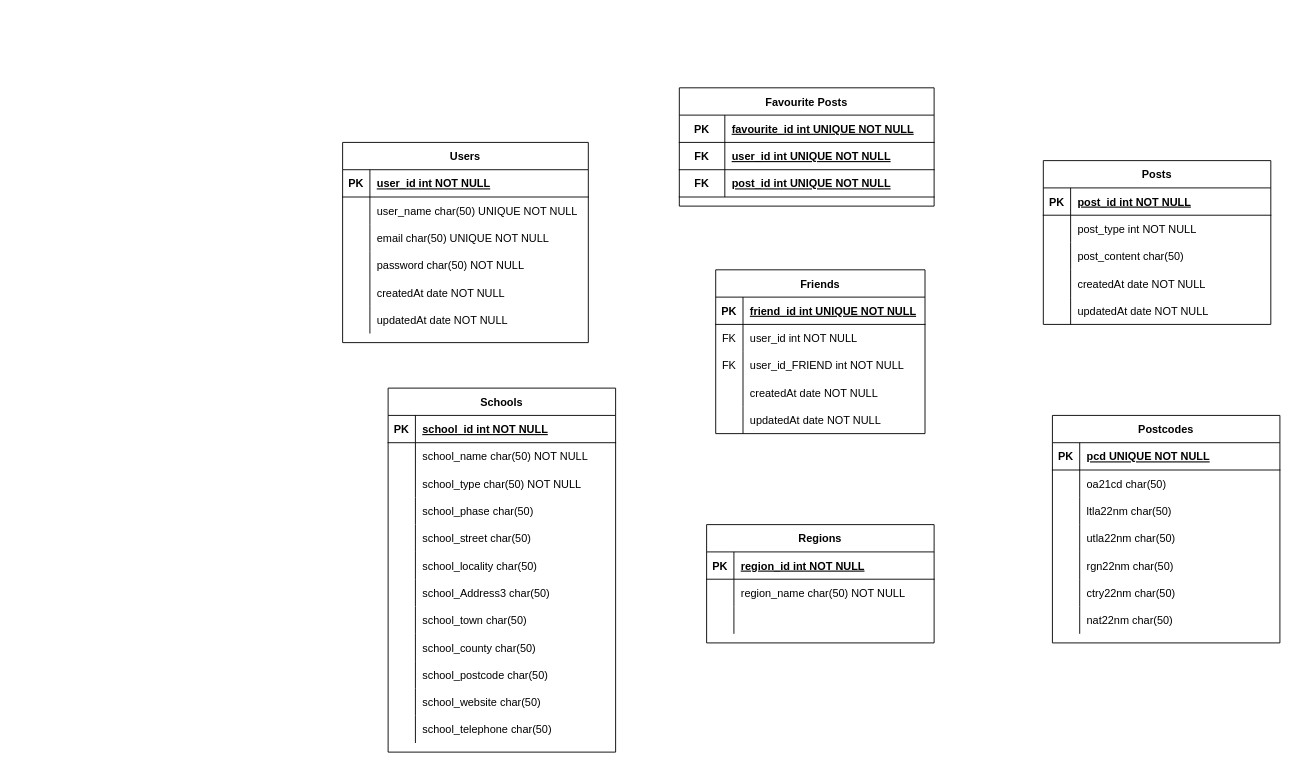
Earlier version of the draw.io diagram ERD Neighbourhood.drawio (ijwilliamson/neighbourhood-backend). Source tidied: cells renumbered, new cells numbered last; positions are measured from the earlier drawing's top-left corner, leaving out a move shared by most shapes. Both pictures are drawn from the tidied source at 91%, with x=0, y=0 at pixel (342, 87).
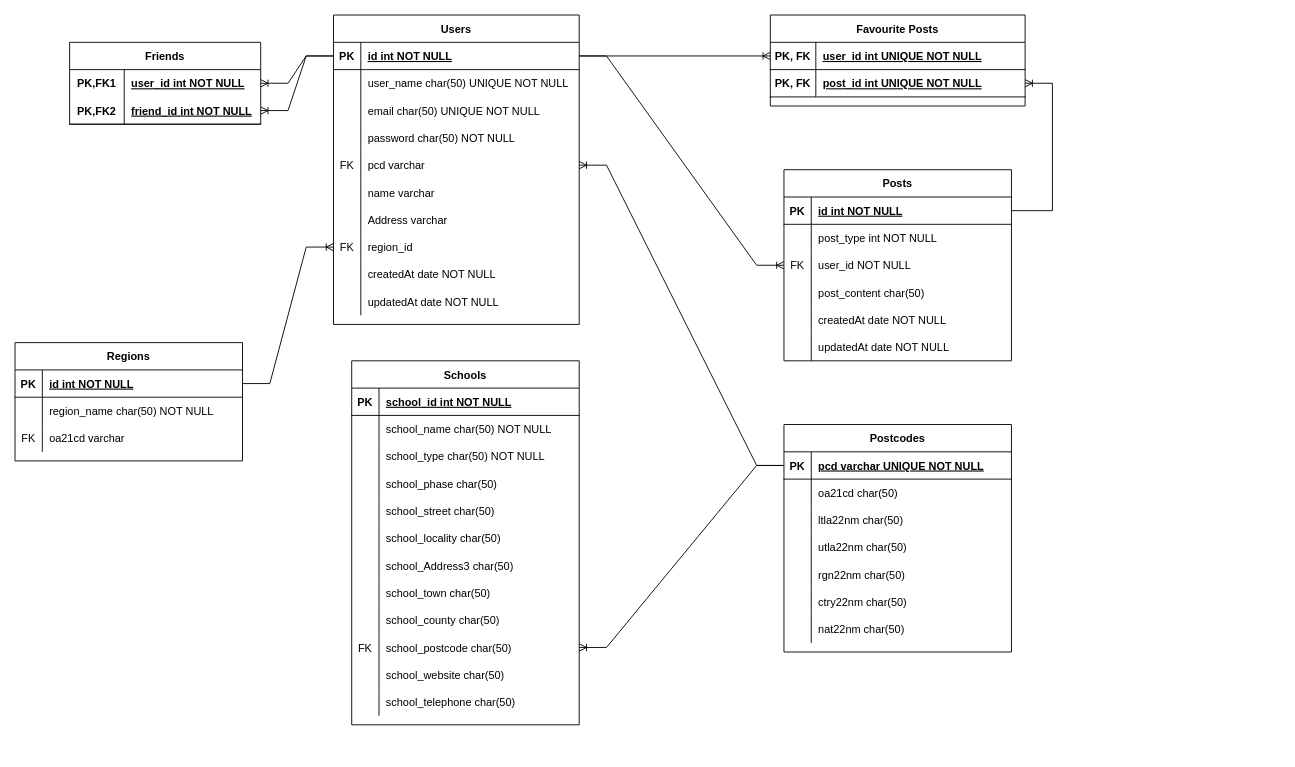
After the change.

Commit message:
update entity relationship diagram

Unchanged cells that the change refers to:
```xml
<mxCell id="3" style="shape=partialRectangle;fillColor=none;points=[[0,0.5],[1,0.5]];portConstraint=eastwest;top=0;left=0;right=0;bottom=1;" parent="2" vertex="1">
  <mxGeometry y="30" width="250" height="30" as="geometry" />
</mxCell>
<mxCell id="9" style="shape=partialRectangle;fillColor=none;top=0;left=0;right=0;bottom=0;" parent="2" vertex="1">
  <mxGeometry y="90" width="250" height="30" as="geometry" />
</mxCell>
<mxCell id="13" style="shape=partialRectangle;fillColor=none;points=[[0,0.5],[1,0.5]];portConstraint=eastwest;top=0;left=0;right=0;bottom=1;" parent="12" vertex="1">
  <mxGeometry y="30" width="250" height="30" as="geometry" />
</mxCell>
<mxCell id="35" style="shape=partialRectangle;fillColor=none;points=[[0,0.5],[1,0.5]];portConstraint=eastwest;top=0;left=0;right=0;bottom=1;" parent="34" vertex="1">
  <mxGeometry y="30" width="270" height="30" as="geometry" />
</mxCell>
<mxCell id="81" style="shape=tableRow;horizontal=0;startSize=0;swimlaneHead=0;swimlaneBody=0;fillColor=none;points=[[0,0.5],[1,0.5]];portConstraint=eastwest;top=0;left=0;right=0;bottom=0;" parent="53" vertex="1">
  <mxGeometry y="300" width="250" height="30" as="geometry" />
</mxCell>
<mxCell id="91" style="shape=partialRectangle;fillColor=none;points=[[0,0.5],[1,0.5]];portConstraint=eastwest;top=0;left=0;right=0;bottom=1;" parent="90" vertex="1">
  <mxGeometry y="30" width="250" height="30" as="geometry" />
</mxCell>
```

The edit, as a diff of the source:
```diff
@@
     <mxCell id="2" value="Regions" style="shape=table;startSize=30;childLayout=tableLayout;rowLines=0;fontStyle=1;align=center;" parent="1" vertex="1">
-      <mxGeometry x="400" y="480" width="250" height="130" as="geometry" />
+      <mxGeometry x="-360" y="280" width="250" height="130" as="geometry" />
     </mxCell>
@@
-    <mxCell id="5" value="region_id int NOT NULL " style="shape=partialRectangle;overflow=hidden;fillColor=none;top=0;left=0;bottom=0;right=0;align=left;spacingLeft=6;fontStyle=5;" parent="3" vertex="1">
+    <mxCell id="5" value="id int NOT NULL " style="shape=partialRectangle;overflow=hidden;fillColor=none;top=0;left=0;bottom=0;right=0;align=left;spacingLeft=6;fontStyle=5;" parent="3" vertex="1">
       <mxGeometry x="30" width="220" height="30" as="geometry" />
     </mxCell>
@@
-    <mxCell id="10" style="shape=partialRectangle;overflow=hidden;fillColor=none;top=0;left=0;bottom=0;right=0;" parent="9" vertex="1">
+    <mxCell id="10" value="FK" style="shape=partialRectangle;overflow=hidden;fillColor=none;top=0;left=0;bottom=0;right=0;" parent="9" vertex="1">
       <mxGeometry width="30" height="30" as="geometry" />
     </mxCell>
-    <mxCell id="11" style="shape=partialRectangle;overflow=hidden;fillColor=none;top=0;left=0;bottom=0;right=0;align=left;spacingLeft=6;" parent="9" vertex="1">
+    <mxCell id="11" value="oa21cd varchar" style="shape=partialRectangle;overflow=hidden;fillColor=none;top=0;left=0;bottom=0;right=0;align=left;spacingLeft=6;" parent="9" vertex="1">
       <mxGeometry x="30" width="220" height="30" as="geometry" />
     </mxCell>
     <mxCell id="12" value="Postcodes" style="shape=table;startSize=30;childLayout=tableLayout;rowLines=0;fontStyle=1;align=center;" parent="1" vertex="1">
-      <mxGeometry x="780" y="360" width="250" height="250" as="geometry" />
+      <mxGeometry x="485" y="370" width="250" height="250" as="geometry" />
     </mxCell>
@@
-    <mxCell id="15" value="pcd UNIQUE NOT NULL " style="shape=partialRectangle;overflow=hidden;fillColor=none;top=0;left=0;bottom=0;right=0;align=left;spacingLeft=6;fontStyle=5;" parent="13" vertex="1">
+    <mxCell id="15" value="pcd varchar UNIQUE NOT NULL " style="shape=partialRectangle;overflow=hidden;fillColor=none;top=0;left=0;bottom=0;right=0;align=left;spacingLeft=6;fontStyle=5;" parent="13" vertex="1">
       <mxGeometry x="30" width="220" height="30" as="geometry" />
     </mxCell>
@@
     <mxCell id="34" value="Users" style="shape=table;startSize=30;childLayout=tableLayout;rowLines=0;fontStyle=1;align=center;" parent="1" vertex="1">
-      <mxGeometry y="60" width="270" height="220" as="geometry" />
+      <mxGeometry x="-10" y="-80" width="270" height="340" as="geometry" />
     </mxCell>
@@
-    <mxCell id="37" value="user_id int NOT NULL " style="shape=partialRectangle;overflow=hidden;fillColor=none;top=0;left=0;bottom=0;right=0;align=left;spacingLeft=6;fontStyle=5;" parent="35" vertex="1">
+    <mxCell id="37" value="id int NOT NULL " style="shape=partialRectangle;overflow=hidden;fillColor=none;top=0;left=0;bottom=0;right=0;align=left;spacingLeft=6;fontStyle=5;" parent="35" vertex="1">
       <mxGeometry x="30" width="240" height="30" as="geometry" />
     </mxCell>
@@
+    <mxCell id="132" style="shape=tableRow;horizontal=0;startSize=0;swimlaneHead=0;swimlaneBody=0;fillColor=none;points=[[0,0.5],[1,0.5]];portConstraint=eastwest;top=0;left=0;right=0;bottom=0;" parent="34" vertex="1">
+      <mxGeometry y="150" width="270" height="30" as="geometry" />
+    </mxCell>
+    <mxCell id="133" value="FK" style="shape=partialRectangle;fillColor=none;top=0;left=0;bottom=0;right=0;overflow=hidden;" parent="132" vertex="1">
+      <mxGeometry width="30" height="30" as="geometry" />
+    </mxCell>
+    <mxCell id="134" value="pcd varchar" style="shape=partialRectangle;fillColor=none;top=0;left=0;bottom=0;right=0;align=left;spacingLeft=6;overflow=hidden;" parent="132" vertex="1">
+      <mxGeometry x="30" width="240" height="30" as="geometry" />
+    </mxCell>
+    <mxCell id="135" style="shape=tableRow;horizontal=0;startSize=0;swimlaneHead=0;swimlaneBody=0;fillColor=none;top=0;left=0;right=0;bottom=0;" parent="34" vertex="1">
+      <mxGeometry y="180" width="270" height="30" as="geometry" />
+    </mxCell>
+    <mxCell id="136" style="shape=partialRectangle;fillColor=none;top=0;left=0;bottom=0;right=0;overflow=hidden;" parent="135" vertex="1">
+      <mxGeometry width="30" height="30" as="geometry" />
+    </mxCell>
+    <mxCell id="137" value="name varchar" style="shape=partialRectangle;fillColor=none;top=0;left=0;bottom=0;right=0;align=left;spacingLeft=6;overflow=hidden;" parent="135" vertex="1">
+      <mxGeometry x="30" width="240" height="30" as="geometry" />
+    </mxCell>
+    <mxCell id="138" style="shape=tableRow;horizontal=0;startSize=0;swimlaneHead=0;swimlaneBody=0;fillColor=none;top=0;left=0;right=0;bottom=0;" parent="34" vertex="1">
+      <mxGeometry y="210" width="270" height="30" as="geometry" />
+    </mxCell>
+    <mxCell id="139" style="shape=partialRectangle;fillColor=none;top=0;left=0;bottom=0;right=0;overflow=hidden;" parent="138" vertex="1">
+      <mxGeometry width="30" height="30" as="geometry" />
+    </mxCell>
+    <mxCell id="140" value="Address varchar" style="shape=partialRectangle;fillColor=none;top=0;left=0;bottom=0;right=0;align=left;spacingLeft=6;overflow=hidden;" parent="138" vertex="1">
+      <mxGeometry x="30" width="240" height="30" as="geometry" />
+    </mxCell>
+    <mxCell id="141" style="shape=tableRow;horizontal=0;startSize=0;swimlaneHead=0;swimlaneBody=0;fillColor=none;points=[[0,0.5],[1,0.5]];portConstraint=eastwest;top=0;left=0;right=0;bottom=0;" parent="34" vertex="1">
+      <mxGeometry y="240" width="270" height="30" as="geometry" />
+    </mxCell>
+    <mxCell id="142" value="FK" style="shape=partialRectangle;fillColor=none;top=0;left=0;bottom=0;right=0;overflow=hidden;" parent="141" vertex="1">
+      <mxGeometry width="30" height="30" as="geometry" />
+    </mxCell>
+    <mxCell id="143" value="region_id" style="shape=partialRectangle;fillColor=none;top=0;left=0;bottom=0;right=0;align=left;spacingLeft=6;overflow=hidden;" parent="141" vertex="1">
+      <mxGeometry x="30" width="240" height="30" as="geometry" />
+    </mxCell>
     <mxCell id="47" style="shape=tableRow;horizontal=0;startSize=0;swimlaneHead=0;swimlaneBody=0;fillColor=none;top=0;left=0;right=0;bottom=0;" parent="34" vertex="1">
-      <mxGeometry y="150" width="270" height="30" as="geometry" />
+      <mxGeometry y="270" width="270" height="30" as="geometry" />
     </mxCell>
@@
     <mxCell id="50" style="shape=tableRow;horizontal=0;startSize=0;swimlaneHead=0;swimlaneBody=0;fillColor=none;top=0;left=0;right=0;bottom=0;" parent="34" vertex="1">
-      <mxGeometry y="180" width="270" height="30" as="geometry" />
+      <mxGeometry y="300" width="270" height="30" as="geometry" />
     </mxCell>
@@
     <mxCell id="53" value="Schools" style="shape=table;startSize=30;childLayout=tableLayout;rowLines=0;fontStyle=1;align=center;" parent="1" vertex="1">
-      <mxGeometry x="50" y="330" width="250" height="400" as="geometry" />
+      <mxGeometry x="10" y="300" width="250" height="400" as="geometry" />
     </mxCell>
@@
-    <mxCell id="82" style="shape=partialRectangle;fillColor=none;top=0;left=0;bottom=0;right=0;overflow=hidden;" parent="81" vertex="1">
+    <mxCell id="82" value="FK" style="shape=partialRectangle;fillColor=none;top=0;left=0;bottom=0;right=0;overflow=hidden;" parent="81" vertex="1">
       <mxGeometry width="30" height="30" as="geometry" />
     </mxCell>
@@
     <mxCell id="90" value="Posts" style="shape=table;startSize=30;childLayout=tableLayout;rowLines=0;fontStyle=1;align=center;" parent="1" vertex="1">
-      <mxGeometry x="770" y="80" width="250" height="180" as="geometry" />
+      <mxGeometry x="485" y="90" width="250" height="210" as="geometry" />
     </mxCell>
@@
-    <mxCell id="93" value="post_id int NOT NULL " style="shape=partialRectangle;overflow=hidden;fillColor=none;top=0;left=0;bottom=0;right=0;align=left;spacingLeft=6;fontStyle=5;" parent="91" vertex="1">
+    <mxCell id="93" value="id int NOT NULL " style="shape=partialRectangle;overflow=hidden;fillColor=none;top=0;left=0;bottom=0;right=0;align=left;spacingLeft=6;fontStyle=5;" parent="91" vertex="1">
       <mxGeometry x="30" width="220" height="30" as="geometry" />
     </mxCell>
@@
+    <mxCell id="144" style="shape=tableRow;horizontal=0;startSize=0;swimlaneHead=0;swimlaneBody=0;fillColor=none;points=[[0,0.5],[1,0.5]];portConstraint=eastwest;top=0;left=0;right=0;bottom=0;" parent="90" vertex="1">
+      <mxGeometry y="90" width="250" height="30" as="geometry" />
+    </mxCell>
+    <mxCell id="145" value="FK" style="shape=partialRectangle;fillColor=none;top=0;left=0;bottom=0;right=0;fontStyle=0;overflow=hidden;" parent="144" vertex="1">
+      <mxGeometry width="30" height="30" as="geometry" />
+    </mxCell>
+    <mxCell id="146" value="user_id NOT NULL" style="shape=partialRectangle;fillColor=none;top=0;left=0;bottom=0;right=0;align=left;spacingLeft=6;fontStyle=0;overflow=hidden;" parent="144" vertex="1">
+      <mxGeometry x="30" width="220" height="30" as="geometry" />
+    </mxCell>
     <mxCell id="97" style="shape=partialRectangle;fillColor=none;top=0;left=0;right=0;bottom=0;" parent="90" vertex="1">
-      <mxGeometry y="90" width="250" height="30" as="geometry" />
+      <mxGeometry y="120" width="250" height="30" as="geometry" />
     </mxCell>
@@
     <mxCell id="100" style="shape=tableRow;horizontal=0;startSize=0;swimlaneHead=0;swimlaneBody=0;fillColor=none;top=0;left=0;right=0;bottom=0;" parent="90" vertex="1">
-      <mxGeometry y="120" width="250" height="30" as="geometry" />
+      <mxGeometry y="150" width="250" height="30" as="geometry" />
     </mxCell>
@@
     <mxCell id="103" style="shape=tableRow;horizontal=0;startSize=0;swimlaneHead=0;swimlaneBody=0;fillColor=none;top=0;left=0;right=0;bottom=0;" parent="90" vertex="1">
-      <mxGeometry y="150" width="250" height="30" as="geometry" />
+      <mxGeometry y="180" width="250" height="30" as="geometry" />
     </mxCell>
@@
     <mxCell id="106" value="Favourite Posts" style="shape=table;startSize=30;childLayout=tableLayout;rowLines=0;fontStyle=1;align=center;" parent="1" vertex="1">
-      <mxGeometry x="370" width="280" height="130" as="geometry" />
+      <mxGeometry x="470" y="-80" width="280" height="100" as="geometry" />
     </mxCell>
-    <mxCell id="107" style="shape=partialRectangle;fillColor=none;top=0;left=0;right=0;bottom=1;" parent="106" vertex="1">
-      <mxGeometry y="30" width="280" height="30" as="geometry" />
-    </mxCell>
-    <mxCell id="108" value="PK" style="shape=partialRectangle;overflow=hidden;fillColor=none;top=0;left=0;bottom=0;right=0;fontStyle=1;" parent="107" vertex="1">
-      <mxGeometry width="50" height="30" as="geometry" />
-    </mxCell>
-    <mxCell id="109" value="favourite_id int UNIQUE NOT NULL " style="shape=partialRectangle;overflow=hidden;fillColor=none;top=0;left=0;bottom=0;right=0;align=left;spacingLeft=6;fontStyle=5;" parent="107" vertex="1">
-      <mxGeometry x="50" width="230" height="30" as="geometry" />
-    </mxCell>
     <mxCell id="110" style="shape=tableRow;horizontal=0;startSize=0;swimlaneHead=0;swimlaneBody=0;fillColor=none;points=[[0,0.5],[1,0.5]];portConstraint=eastwest;top=0;left=0;right=0;bottom=1;" parent="106" vertex="1">
-      <mxGeometry y="60" width="280" height="30" as="geometry" />
+      <mxGeometry y="30" width="280" height="30" as="geometry" />
     </mxCell>
-    <mxCell id="111" value="FK" style="shape=partialRectangle;fillColor=none;top=0;left=0;bottom=0;right=0;fontStyle=1;overflow=hidden;" parent="110" vertex="1">
+    <mxCell id="111" value="PK, FK" style="shape=partialRectangle;fillColor=none;top=0;left=0;bottom=0;right=0;fontStyle=1;overflow=hidden;" parent="110" vertex="1">
       <mxGeometry width="50" height="30" as="geometry" />
     </mxCell>
@@
     <mxCell id="113" style="shape=tableRow;horizontal=0;startSize=0;swimlaneHead=0;swimlaneBody=0;fillColor=none;points=[[0,0.5],[1,0.5]];portConstraint=eastwest;top=0;left=0;right=0;bottom=1;" parent="106" vertex="1">
-      <mxGeometry y="90" width="280" height="30" as="geometry" />
+      <mxGeometry y="60" width="280" height="30" as="geometry" />
     </mxCell>
-    <mxCell id="114" value="FK" style="shape=partialRectangle;fillColor=none;top=0;left=0;bottom=0;right=0;fontStyle=1;overflow=hidden;" parent="113" vertex="1">
+    <mxCell id="114" value="PK, FK" style="shape=partialRectangle;fillColor=none;top=0;left=0;bottom=0;right=0;fontStyle=1;overflow=hidden;" parent="113" vertex="1">
       <mxGeometry width="50" height="30" as="geometry" />
     </mxCell>
@@
+    <mxCell id="147" style="edgeStyle=entityRelationEdgeStyle;fontSize=12;html=1;endArrow=ERoneToMany;rounded=0;" parent="1" edge="1" source="3" target="141">
+      <mxGeometry relative="1" as="geometry" />
+    </mxCell>
+    <mxCell id="148" style="edgeStyle=entityRelationEdgeStyle;fontSize=12;html=1;endArrow=ERoneToMany;rounded=0;" parent="1" edge="1" source="91" target="113">
+      <mxGeometry relative="1" as="geometry" />
+    </mxCell>
+    <mxCell id="149" style="edgeStyle=entityRelationEdgeStyle;fontSize=12;html=1;endArrow=ERoneToMany;rounded=0;" parent="1" edge="1" source="35" target="110">
+      <mxGeometry relative="1" as="geometry" />
+    </mxCell>
+    <mxCell id="150" style="edgeStyle=entityRelationEdgeStyle;fontSize=12;html=1;endArrow=ERoneToMany;rounded=0;" parent="1" edge="1" source="13" target="132">
+      <mxGeometry relative="1" as="geometry" />
+    </mxCell>
+    <mxCell id="151" style="edgeStyle=entityRelationEdgeStyle;fontSize=12;html=1;endArrow=ERoneToMany;rounded=0;" parent="1" edge="1" source="13" target="81">
+      <mxGeometry relative="1" as="geometry" />
+    </mxCell>
     <mxCell id="116" value="Friends" style="shape=table;startSize=30;childLayout=tableLayout;rowLines=0;fontStyle=1;align=center;" parent="1" vertex="1">
-      <mxGeometry x="410" y="200" width="230" height="180" as="geometry" />
+      <mxGeometry x="-300" y="-50" width="210" height="90" as="geometry" />
     </mxCell>
-    <mxCell id="117" style="shape=tableRow;horizontal=0;startSize=0;swimlaneHead=0;swimlaneBody=0;fillColor=none;top=0;left=0;right=0;bottom=1;" parent="116" vertex="1">
-      <mxGeometry y="30" width="230" height="30" as="geometry" />
-    </mxCell>
-    <mxCell id="118" value="PK" style="shape=partialRectangle;fillColor=none;top=0;left=0;bottom=0;right=0;fontStyle=1;overflow=hidden;" parent="117" vertex="1">
-      <mxGeometry width="30" height="30" as="geometry" />
-    </mxCell>
-    <mxCell id="119" value="friend_id int UNIQUE NOT NULL" style="shape=partialRectangle;fillColor=none;top=0;left=0;bottom=0;right=0;align=left;spacingLeft=6;fontStyle=5;overflow=hidden;" parent="117" vertex="1">
-      <mxGeometry x="30" width="200" height="30" as="geometry" />
-    </mxCell>
-    <mxCell id="120" style="shape=tableRow;horizontal=0;startSize=0;swimlaneHead=0;swimlaneBody=0;fillColor=none;top=0;left=0;right=0;bottom=0;" parent="116" vertex="1">
-      <mxGeometry y="60" width="230" height="30" as="geometry" />
-    </mxCell>
-    <mxCell id="121" value="FK" style="shape=partialRectangle;fillColor=none;top=0;left=0;bottom=0;right=0;overflow=hidden;" parent="120" vertex="1">
-      <mxGeometry width="30" height="30" as="geometry" />
-    </mxCell>
+    <mxCell id="152" style="shape=tableRow;horizontal=0;startSize=0;swimlaneHead=0;swimlaneBody=0;fillColor=none;points=[[0,0.5],[1,0.5]];portConstraint=eastwest;top=0;left=0;right=0;bottom=0;" parent="116" vertex="1">
+      <mxGeometry y="30" width="210" height="30" as="geometry" />
+    </mxCell>
+    <mxCell id="153" value="PK,FK1" style="shape=partialRectangle;fillColor=none;top=0;left=0;bottom=0;right=0;fontStyle=1;overflow=hidden;" parent="152" vertex="1">
+      <mxGeometry width="60" height="30" as="geometry" />
+    </mxCell>
-    <mxCell id="122" value="user_id int NOT NULL" style="shape=partialRectangle;fillColor=none;top=0;left=0;bottom=0;right=0;align=left;spacingLeft=6;overflow=hidden;" parent="120" vertex="1">
-      <mxGeometry x="30" width="200" height="30" as="geometry" />
+    <mxCell id="122" value="user_id int NOT NULL" style="shape=partialRectangle;fillColor=none;top=0;left=0;bottom=0;right=0;align=left;spacingLeft=6;fontStyle=5;overflow=hidden;" parent="152" vertex="1">
+      <mxGeometry x="60" width="150" height="30" as="geometry" />
     </mxCell>
-    <mxCell id="123" style="shape=tableRow;horizontal=0;startSize=0;swimlaneHead=0;swimlaneBody=0;fillColor=none;top=0;left=0;right=0;bottom=0;" parent="116" vertex="1">
-      <mxGeometry y="90" width="230" height="30" as="geometry" />
-    </mxCell>
-    <mxCell id="124" value="FK" style="shape=partialRectangle;fillColor=none;top=0;left=0;bottom=0;right=0;overflow=hidden;" parent="123" vertex="1">
-      <mxGeometry width="30" height="30" as="geometry" />
-    </mxCell>
-    <mxCell id="125" value="user_id_FRIEND int NOT NULL" style="shape=partialRectangle;fillColor=none;top=0;left=0;bottom=0;right=0;align=left;spacingLeft=6;overflow=hidden;" parent="123" vertex="1">
-      <mxGeometry x="30" width="200" height="30" as="geometry" />
-    </mxCell>
-    <mxCell id="126" style="shape=tableRow;horizontal=0;startSize=0;swimlaneHead=0;swimlaneBody=0;fillColor=none;top=0;left=0;right=0;bottom=0;" parent="116" vertex="1">
-      <mxGeometry y="120" width="230" height="30" as="geometry" />
-    </mxCell>
-    <mxCell id="127" style="shape=partialRectangle;fillColor=none;top=0;left=0;bottom=0;right=0;overflow=hidden;" parent="126" vertex="1">
-      <mxGeometry width="30" height="30" as="geometry" />
-    </mxCell>
-    <mxCell id="128" value="createdAt date NOT NULL" style="shape=partialRectangle;fillColor=none;top=0;left=0;bottom=0;right=0;align=left;spacingLeft=6;overflow=hidden;" parent="126" vertex="1">
-      <mxGeometry x="30" width="200" height="30" as="geometry" />
-    </mxCell>
-    <mxCell id="129" style="shape=tableRow;horizontal=0;startSize=0;swimlaneHead=0;swimlaneBody=0;fillColor=none;top=0;left=0;right=0;bottom=0;" parent="116" vertex="1">
-      <mxGeometry y="150" width="230" height="30" as="geometry" />
-    </mxCell>
-    <mxCell id="130" style="shape=partialRectangle;fillColor=none;top=0;left=0;bottom=0;right=0;overflow=hidden;" parent="129" vertex="1">
-      <mxGeometry width="30" height="30" as="geometry" />
-    </mxCell>
-    <mxCell id="131" value="updatedAt date NOT NULL" style="shape=partialRectangle;fillColor=none;top=0;left=0;bottom=0;right=0;align=left;spacingLeft=6;overflow=hidden;" parent="129" vertex="1">
-      <mxGeometry x="30" width="200" height="30" as="geometry" />
-    </mxCell>
+    <mxCell id="154" style="shape=tableRow;horizontal=0;startSize=0;swimlaneHead=0;swimlaneBody=0;fillColor=none;points=[[0,0.5],[1,0.5]];portConstraint=eastwest;top=0;left=0;right=0;bottom=1;" parent="116" vertex="1">
+      <mxGeometry y="60" width="210" height="30" as="geometry" />
+    </mxCell>
+    <mxCell id="155" value="PK,FK2" style="shape=partialRectangle;fillColor=none;top=0;left=0;bottom=0;right=0;fontStyle=1;overflow=hidden;" parent="154" vertex="1">
+      <mxGeometry width="60" height="30" as="geometry" />
+    </mxCell>
+    <mxCell id="156" value="friend_id int NOT NULL" style="shape=partialRectangle;fillColor=none;top=0;left=0;bottom=0;right=0;align=left;spacingLeft=6;fontStyle=5;overflow=hidden;" parent="154" vertex="1">
+      <mxGeometry x="60" width="150" height="30" as="geometry" />
+    </mxCell>
+    <mxCell id="157" style="edgeStyle=entityRelationEdgeStyle;fontSize=12;html=1;endArrow=ERoneToMany;rounded=0;" parent="1" edge="1" source="35" target="152">
+      <mxGeometry relative="1" as="geometry" />
+    </mxCell>
+    <mxCell id="158" style="edgeStyle=entityRelationEdgeStyle;fontSize=12;html=1;endArrow=ERoneToMany;rounded=0;" parent="1" edge="1" source="35" target="154">
+      <mxGeometry relative="1" as="geometry" />
+    </mxCell>
+    <mxCell id="159" style="edgeStyle=entityRelationEdgeStyle;fontSize=12;html=1;endArrow=ERoneToMany;rounded=0;" parent="1" edge="1" source="35" target="144">
+      <mxGeometry relative="1" as="geometry" />
+    </mxCell>
```
